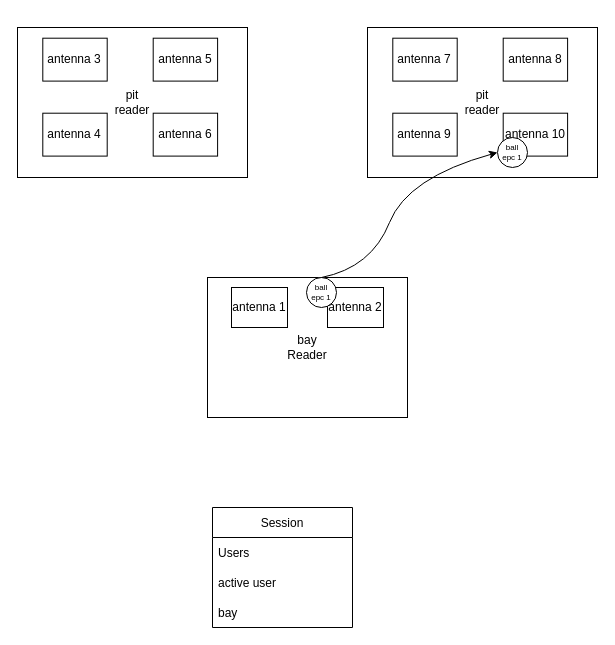
Above: game.drawio in SPT-Jash/TG-drawings (draw.io), before the change. Source tidied: cells renumbered, new cells numbered last; positions are measured from the earlier drawing's top-left corner, leaving out a move shared by most shapes. Both pictures are drawn from the tidied source at 100%, with x=0, y=0 at pixel (17, 27).
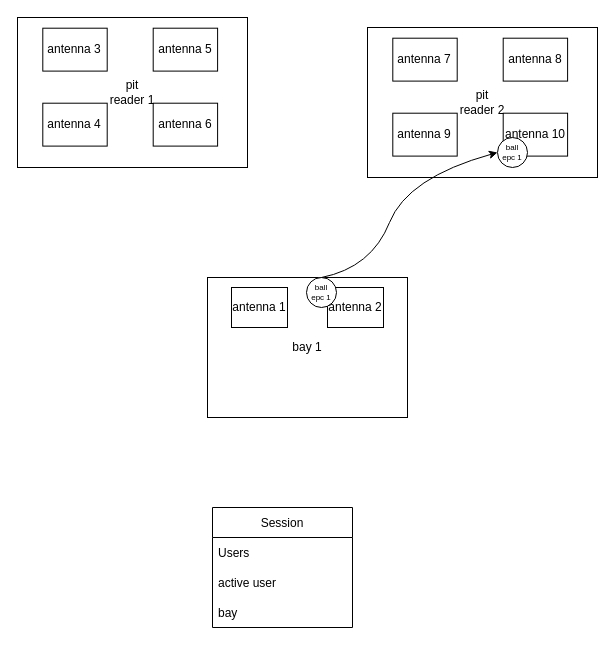
Above is the later version.

The change refers to these unchanged cells:
```xml
<mxCell id="12" style="group;spacingTop=2;" parent="1" vertex="1">
  <mxGeometry x="190" y="250" width="200" height="140" as="geometry" />
</mxCell>
<mxCell id="17" style="group;" parent="1" vertex="1">
  <mxGeometry x="350" width="230" height="150" as="geometry" />
</mxCell>
```

What changed in the source:
```diff
@@
     <mxCell id="6" style="group;" parent="1" vertex="1">
-      <mxGeometry width="230" height="150" as="geometry" />
+      <mxGeometry y="-10" width="230" height="150" as="geometry" />
     </mxCell>
-    <mxCell id="7" value="pit&lt;br&gt;reader" style="rounded=0;whiteSpace=wrap;html=1;" parent="6" vertex="1">
+    <mxCell id="7" value="pit&lt;br&gt;reader 1" style="rounded=0;whiteSpace=wrap;html=1;" parent="6" vertex="1">
       <mxGeometry width="230" height="150" as="geometry" />
     </mxCell>
@@
-    <mxCell id="13" value="bay&lt;br&gt;Reader" style="rounded=0;whiteSpace=wrap;html=1;" parent="12" vertex="1">
+    <mxCell id="13" value="bay 1&lt;br&gt;" style="rounded=0;whiteSpace=wrap;html=1;" parent="12" vertex="1">
       <mxGeometry width="200" height="140" as="geometry" />
     </mxCell>
@@
-    <mxCell id="18" value="pit&lt;br&gt;reader" style="rounded=0;whiteSpace=wrap;html=1;" parent="17" vertex="1">
+    <mxCell id="18" value="pit&lt;br&gt;reader 2" style="rounded=0;whiteSpace=wrap;html=1;" parent="17" vertex="1">
       <mxGeometry width="230" height="150" as="geometry" />
     </mxCell>
```
